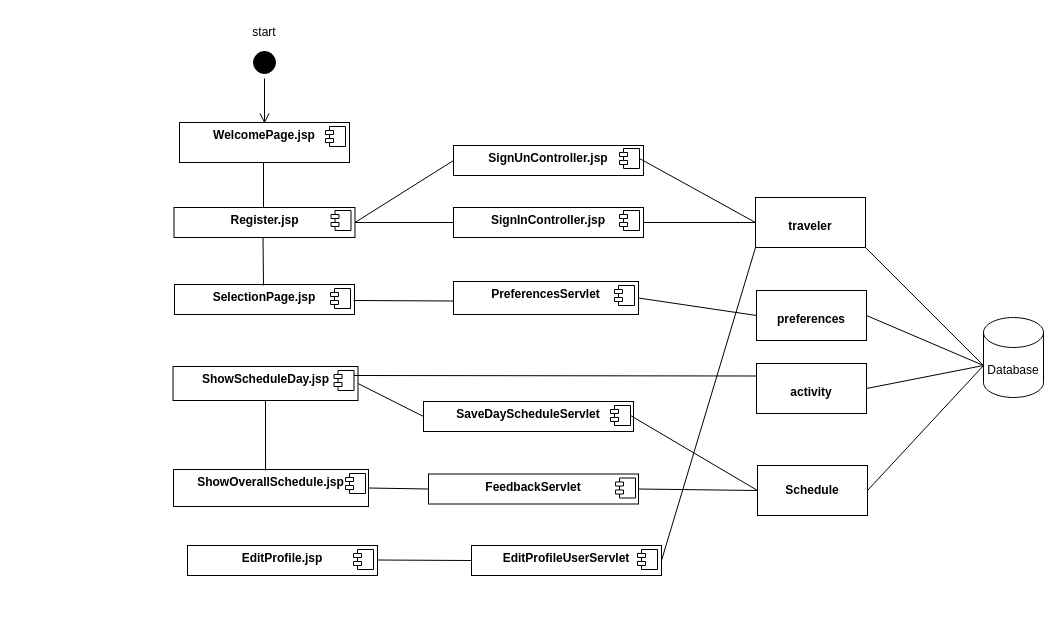
Above: Diagrams/ComponentDiagram2.drawio in EleftheriaKoutsiouri/Scheduluxe (draw.io), before the change. Source tidied: cells renumbered, new cells numbered last; positions are measured from the earlier drawing's top-left corner, leaving out a move shared by most shapes. Both pictures are drawn from the tidied source at 100%, with x=0, y=0 at pixel (17, 17).
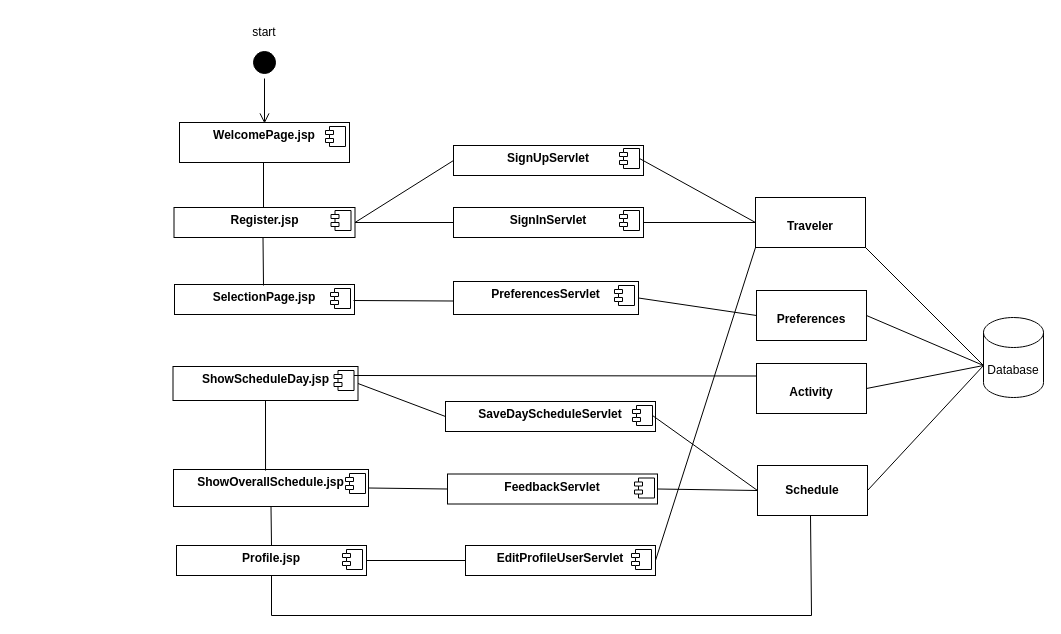
After the change.

The change refers to these unchanged cells:
```xml
<mxCell id="23" value="&lt;p style=&quot;margin:0px;margin-top:6px;text-align:center;&quot;&gt;&lt;b&gt;ShowOverallSchedule.jsp&lt;/b&gt;&lt;/p&gt;" style="align=left;overflow=fill;html=1;whiteSpace=wrap;" parent="1" vertex="1">
  <mxGeometry x="156" y="452" width="195" height="37" as="geometry" />
</mxCell>
```

Diff of the diagram source:
```diff
@@
-    <mxCell id="12" value="&lt;p style=&quot;margin:0px;margin-top:6px;text-align:center;&quot;&gt;&lt;b&gt;SignInController.jsp&lt;/b&gt;&lt;/p&gt;" style="align=left;overflow=fill;html=1;whiteSpace=wrap;" parent="1" vertex="1">
+    <mxCell id="12" value="&lt;p style=&quot;margin:0px;margin-top:6px;text-align:center;&quot;&gt;&lt;b&gt;SignInServlet&lt;/b&gt;&lt;/p&gt;" style="align=left;overflow=fill;html=1;whiteSpace=wrap;" parent="1" vertex="1">
       <mxGeometry x="436" y="190" width="190" height="30" as="geometry" />
     </mxCell>
@@
-    <mxCell id="15" value="&lt;p style=&quot;margin: 4px 0px 0px;&quot;&gt;&lt;br&gt;&lt;/p&gt;&lt;p style=&quot;margin: 4px 0px 0px;&quot;&gt;&lt;b&gt;traveler&lt;/b&gt;&lt;/p&gt;&lt;p style=&quot;margin: 4px 0px 0px;&quot;&gt;&lt;b&gt;&lt;br&gt;&lt;/b&gt;&lt;/p&gt;" style="verticalAlign=top;align=center;overflow=fill;fontSize=12;fontFamily=Helvetica;html=1;whiteSpace=wrap;" parent="1" vertex="1">
+    <mxCell id="15" value="&lt;p style=&quot;margin: 4px 0px 0px;&quot;&gt;&lt;br&gt;&lt;/p&gt;&lt;p style=&quot;margin: 4px 0px 0px;&quot;&gt;&lt;b&gt;Traveler&lt;/b&gt;&lt;/p&gt;&lt;p style=&quot;margin: 4px 0px 0px;&quot;&gt;&lt;b&gt;&lt;br&gt;&lt;/b&gt;&lt;/p&gt;" style="verticalAlign=top;align=center;overflow=fill;fontSize=12;fontFamily=Helvetica;html=1;whiteSpace=wrap;" parent="1" vertex="1">
       <mxGeometry x="738" y="180" width="110" height="50" as="geometry" />
     </mxCell>
@@
-    <mxCell id="21" value="&lt;p style=&quot;margin:0px;margin-top:4px;text-align:center;&quot;&gt;&lt;b&gt;&lt;br&gt;&lt;/b&gt;&lt;/p&gt;&lt;p style=&quot;margin:0px;margin-top:4px;text-align:center;&quot;&gt;&lt;b&gt;activity&lt;/b&gt;&lt;/p&gt;" style="verticalAlign=top;align=left;overflow=fill;fontSize=12;fontFamily=Helvetica;html=1;whiteSpace=wrap;" parent="1" vertex="1">
+    <mxCell id="21" value="&lt;p style=&quot;margin:0px;margin-top:4px;text-align:center;&quot;&gt;&lt;b&gt;&lt;br&gt;&lt;/b&gt;&lt;/p&gt;&lt;p style=&quot;margin:0px;margin-top:4px;text-align:center;&quot;&gt;&lt;b&gt;Activity&lt;/b&gt;&lt;/p&gt;" style="verticalAlign=top;align=left;overflow=fill;fontSize=12;fontFamily=Helvetica;html=1;whiteSpace=wrap;" parent="1" vertex="1">
       <mxGeometry x="739" y="346" width="110" height="50" as="geometry" />
     </mxCell>
@@
     <mxCell id="32" value="&lt;p style=&quot;margin:0px;margin-top:6px;text-align:center;&quot;&gt;&lt;b&gt;FeedbackServlet&lt;/b&gt;&lt;/p&gt;" style="align=left;overflow=fill;html=1;whiteSpace=wrap;" parent="1" vertex="1">
-      <mxGeometry x="411" y="456.5" width="210" height="30" as="geometry" />
+      <mxGeometry x="430" y="456.5" width="210" height="30" as="geometry" />
     </mxCell>
@@
-    <mxCell id="38" value="&lt;p style=&quot;margin:0px;margin-top:6px;text-align:center;&quot;&gt;&lt;b&gt;EditProfile.jsp&lt;/b&gt;&lt;/p&gt;" style="align=left;overflow=fill;html=1;whiteSpace=wrap;" parent="1" vertex="1">
-      <mxGeometry x="170" y="528" width="190" height="30" as="geometry" />
+    <mxCell id="38" value="&lt;p style=&quot;margin:0px;margin-top:6px;text-align:center;&quot;&gt;&lt;b&gt;Profile.jsp&lt;/b&gt;&lt;/p&gt;" style="align=left;overflow=fill;html=1;whiteSpace=wrap;" parent="1" vertex="1">
+      <mxGeometry x="159" y="528" width="190" height="30" as="geometry" />
     </mxCell>
@@
     <mxCell id="40" value="&lt;p style=&quot;margin:0px;margin-top:6px;text-align:center;&quot;&gt;&lt;b&gt;EditProfileUserServlet&lt;/b&gt;&lt;/p&gt;" style="align=left;overflow=fill;html=1;whiteSpace=wrap;" parent="1" vertex="1">
-      <mxGeometry x="454" y="528" width="190" height="30" as="geometry" />
+      <mxGeometry x="448" y="528" width="190" height="30" as="geometry" />
     </mxCell>
@@
-    <mxCell id="42" style="endArrow=none;html=1;rounded=0;entryX=0;entryY=0.5;entryDx=0;entryDy=0;exitX=1;exitY=0.5;exitDx=0;exitDy=0;" parent="1" edge="1" target="40">
-      <mxGeometry relative="1" as="geometry">
-        <mxPoint x="360" y="542.5" as="sourcePoint" />
-      </mxGeometry>
+    <mxCell id="42" style="endArrow=none;html=1;rounded=0;entryX=0;entryY=0.5;entryDx=0;entryDy=0;exitX=1;exitY=0.5;exitDx=0;exitDy=0;" parent="1" edge="1" source="38" target="40">
+      <mxGeometry relative="1" as="geometry" />
     </mxCell>
@@
-    <mxCell id="44" value="&lt;p style=&quot;margin:0px;margin-top:4px;text-align:center;&quot;&gt;&lt;br&gt;&lt;/p&gt;&lt;p style=&quot;margin:0px;margin-top:4px;text-align:center;&quot;&gt;&lt;b&gt;preferences&lt;/b&gt;&lt;/p&gt;" style="verticalAlign=top;align=left;overflow=fill;fontSize=12;fontFamily=Helvetica;html=1;whiteSpace=wrap;" parent="1" vertex="1">
+    <mxCell id="44" value="&lt;p style=&quot;margin:0px;margin-top:4px;text-align:center;&quot;&gt;&lt;br&gt;&lt;/p&gt;&lt;p style=&quot;margin:0px;margin-top:4px;text-align:center;&quot;&gt;&lt;b&gt;Preferences&lt;/b&gt;&lt;/p&gt;" style="verticalAlign=top;align=left;overflow=fill;fontSize=12;fontFamily=Helvetica;html=1;whiteSpace=wrap;" parent="1" vertex="1">
       <mxGeometry x="739" y="273" width="110" height="50" as="geometry" />
     </mxCell>
@@
     <mxCell id="48" value="&lt;p style=&quot;margin:0px;margin-top:6px;text-align:center;&quot;&gt;&lt;b&gt;SaveDayScheduleServlet&lt;/b&gt;&lt;/p&gt;" style="align=left;overflow=fill;html=1;whiteSpace=wrap;" parent="1" vertex="1">
-      <mxGeometry x="406" y="384" width="210" height="30" as="geometry" />
+      <mxGeometry x="428" y="384" width="210" height="30" as="geometry" />
     </mxCell>
@@
-    <mxCell id="52" value="&lt;p style=&quot;margin:0px;margin-top:6px;text-align:center;&quot;&gt;&lt;b&gt;SignUnController.jsp&lt;/b&gt;&lt;/p&gt;" style="align=left;overflow=fill;html=1;whiteSpace=wrap;" parent="1" vertex="1">
+    <mxCell id="52" value="&lt;p style=&quot;margin:0px;margin-top:6px;text-align:center;&quot;&gt;&lt;b&gt;SignUpServlet&lt;/b&gt;&lt;/p&gt;" style="align=left;overflow=fill;html=1;whiteSpace=wrap;" parent="1" vertex="1">
       <mxGeometry x="436" y="128" width="190" height="30" as="geometry" />
     </mxCell>
@@
+    <mxCell id="56" style="endArrow=none;html=1;rounded=0;entryX=0.5;entryY=1;entryDx=0;entryDy=0;exitX=0.5;exitY=0;exitDx=0;exitDy=0;" parent="1" edge="1" source="38" target="23">
+      <mxGeometry relative="1" as="geometry" />
+    </mxCell>
+    <mxCell id="57" style="endArrow=none;html=1;rounded=0;entryX=0.5;entryY=1;entryDx=0;entryDy=0;" parent="1" edge="1">
+      <mxGeometry relative="1" as="geometry">
+        <mxPoint x="254" y="598" as="sourcePoint" />
+        <mxPoint x="793" y="498" as="targetPoint" />
+        <Array as="points">
+          <mxPoint x="794" y="598" />
+        </Array>
+      </mxGeometry>
+    </mxCell>
+    <mxCell id="58" style="endArrow=none;html=1;rounded=0;entryX=0.5;entryY=1;entryDx=0;entryDy=0;" parent="1" edge="1" target="38">
+      <mxGeometry relative="1" as="geometry">
+        <mxPoint x="254" y="598" as="sourcePoint" />
+      </mxGeometry>
+    </mxCell>
```
